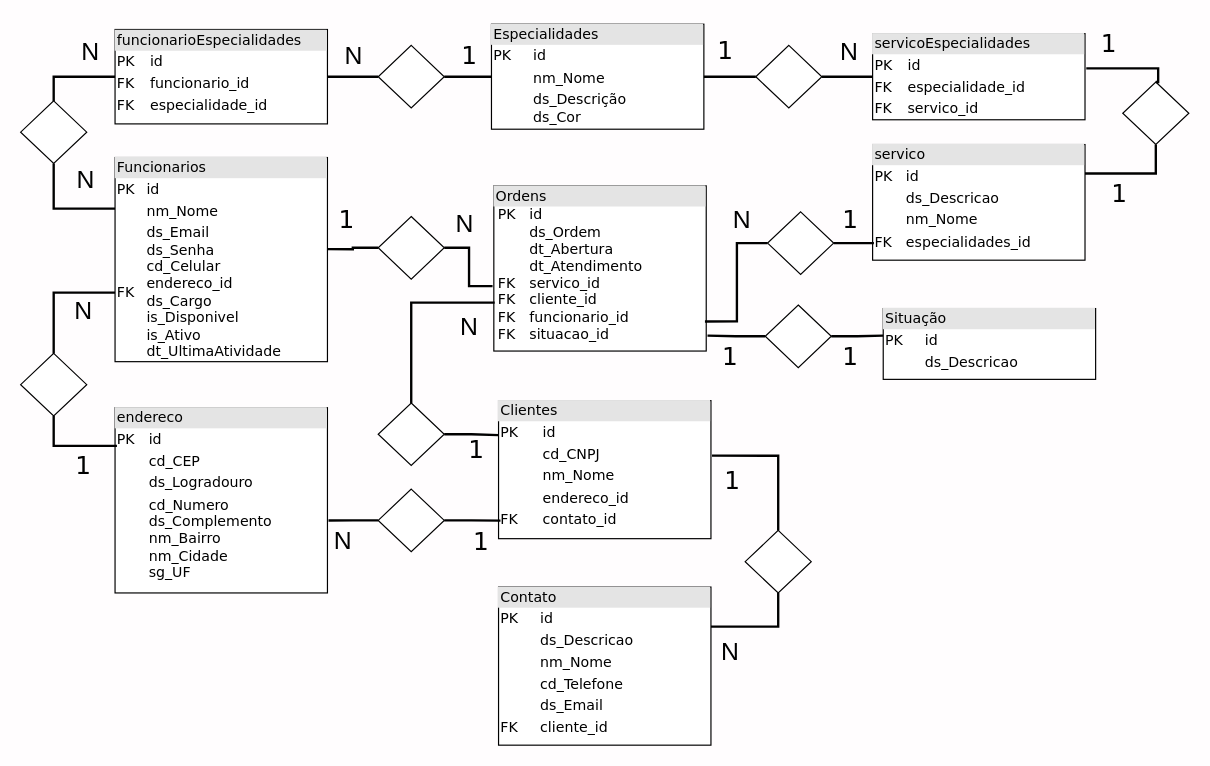
Before: Diagrama Entidades.drawio in S-I-G-O-S/planejamento, a draw.io diagram. Source tidied: cells renumbered, new cells numbered last; positions are measured from the earlier drawing's top-left corner, leaving out a move shared by most shapes. Both pictures are drawn from the tidied source at 118%, with x=0, y=0 at pixel (20, 20).
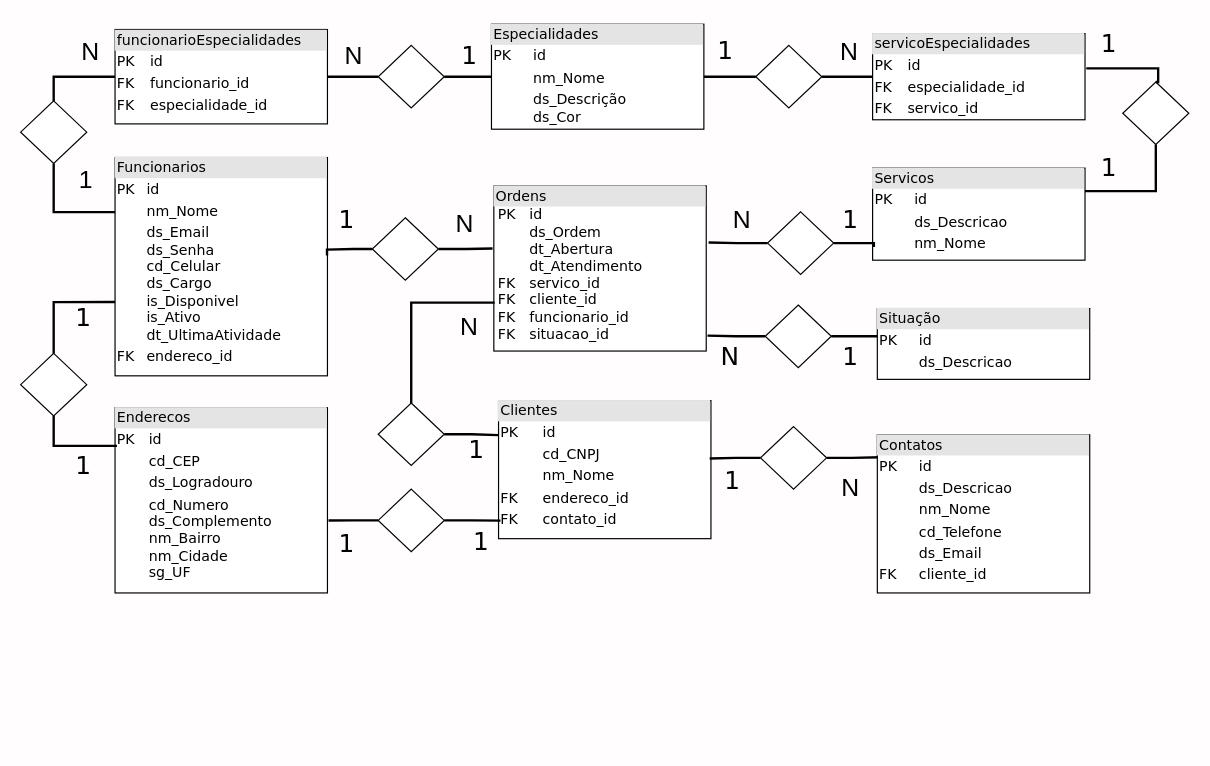
The same page after the edit.

Unchanged cells that the change refers to:
```xml
<mxCell id="11" value="&lt;div style=&quot;box-sizing:border-box;width:100%;background:#e4e4e4;padding:2px;&quot;&gt;Ordens&lt;/div&gt;&amp;nbsp;PK&lt;span style=&quot;white-space: pre;&quot;&gt;&#9;&lt;/span&gt;id&lt;div&gt;&lt;span style=&quot;background-color: initial; white-space-collapse: preserve;&quot;&gt;&#9;&lt;/span&gt;&lt;span style=&quot;background-color: initial;&quot;&gt;ds_Ordem&lt;/span&gt;&lt;br&gt;&lt;/div&gt;&lt;div&gt;&lt;span style=&quot;white-space: pre;&quot;&gt;&#9;&lt;/span&gt;dt_Abertura&lt;br&gt;&lt;/div&gt;&lt;div&gt;&lt;span style=&quot;white-space: pre;&quot;&gt;&#9;&lt;/span&gt;dt_Atendimento&lt;/div&gt;&lt;div&gt;&lt;div&gt;&amp;nbsp;FK&lt;span style=&quot;white-space-collapse: preserve;&quot;&gt;&#9;&lt;/span&gt;servico_id&lt;/div&gt;&lt;div&gt;&amp;nbsp;FK&lt;span style=&quot;white-space-collapse: preserve;&quot;&gt;&#9;&lt;/span&gt;cliente_id&lt;br&gt;&lt;/div&gt;&lt;div&gt;&amp;nbsp;FK&lt;span style=&quot;white-space-collapse: preserve;&quot;&gt;&#9;&lt;/span&gt;funcionario_id&lt;/div&gt;&lt;div&gt;&amp;nbsp;FK&lt;span style=&quot;white-space-collapse: preserve;&quot;&gt;&#9;&lt;/span&gt;situacao_id&lt;/div&gt;&lt;div&gt;&lt;br&gt;&lt;/div&gt;&lt;table style=&quot;width:100%;font-size:1em;&quot; cellpadding=&quot;2&quot; cellspacing=&quot;0&quot;&gt;&lt;tbody&gt;&lt;/tbody&gt;&lt;/table&gt;&lt;/div&gt;" style="verticalAlign=top;align=left;overflow=fill;html=1;rounded=0;shadow=0;comic=0;labelBackgroundColor=none;strokeWidth=1;fontFamily=Verdana;fontSize=12;" parent="1" vertex="1">
  <mxGeometry x="401" y="140" width="180" height="140" as="geometry" />
</mxCell>
<mxCell id="35" style="rhombus;whiteSpace=wrap;html=1;fontFamily=Architects Daughter;" parent="1" vertex="1">
  <mxGeometry x="633" y="162" width="56" height="53" as="geometry" />
</mxCell>
```

What changed in the source:
```diff
@@
-    <mxCell id="2" value="&lt;div style=&quot;box-sizing:border-box;width:100%;background:#e4e4e4;padding:2px;&quot;&gt;Funcionarios&lt;/div&gt;&lt;table style=&quot;width:100%;font-size:1em;&quot; cellpadding=&quot;2&quot; cellspacing=&quot;0&quot;&gt;&lt;tbody&gt;&lt;tr&gt;&lt;td&gt;PK&lt;/td&gt;&lt;td&gt;id&lt;br&gt;&lt;/td&gt;&lt;/tr&gt;&lt;tr&gt;&lt;td&gt;&lt;br&gt;&lt;/td&gt;&lt;td&gt;nm_Nome&lt;/td&gt;&lt;/tr&gt;&lt;tr&gt;&lt;td&gt;FK&lt;br&gt;&lt;br&gt;&lt;/td&gt;&lt;td&gt;ds_Email&lt;br&gt;ds_Senha&lt;br&gt;cd_Celular&lt;br&gt;endereco_id&lt;br&gt;ds_Cargo&lt;br&gt;is_Disponivel&lt;br&gt;is_Ativo&lt;br&gt;dt_UltimaAtividade&lt;br&gt;&lt;br&gt;&lt;/td&gt;&lt;/tr&gt;&lt;/tbody&gt;&lt;/table&gt;" style="verticalAlign=top;align=left;overflow=fill;html=1;rounded=0;shadow=0;comic=0;labelBackgroundColor=none;strokeWidth=1;fontFamily=Verdana;fontSize=12;" parent="1" vertex="1">
-      <mxGeometry x="80" y="116" width="180" height="173" as="geometry" />
+    <mxCell id="2" value="&lt;div style=&quot;box-sizing:border-box;width:100%;background:#e4e4e4;padding:2px;&quot;&gt;Funcionarios&lt;/div&gt;&lt;table style=&quot;width:100%;font-size:1em;&quot; cellpadding=&quot;2&quot; cellspacing=&quot;0&quot;&gt;&lt;tbody&gt;&lt;tr&gt;&lt;td&gt;PK&lt;/td&gt;&lt;td&gt;id&lt;br&gt;&lt;/td&gt;&lt;/tr&gt;&lt;tr&gt;&lt;td&gt;&lt;br&gt;&lt;/td&gt;&lt;td&gt;nm_Nome&lt;/td&gt;&lt;/tr&gt;&lt;tr&gt;&lt;td&gt;&lt;br&gt;&lt;br&gt;&lt;/td&gt;&lt;td&gt;ds_Email&lt;br&gt;ds_Senha&lt;br&gt;cd_Celular&lt;br&gt;ds_Cargo&lt;br&gt;is_Disponivel&lt;br&gt;is_Ativo&lt;br&gt;dt_UltimaAtividade&lt;br&gt;&lt;/td&gt;&lt;/tr&gt;&lt;tr&gt;&lt;td&gt;FK&lt;/td&gt;&lt;td&gt;endereco_id&lt;br&gt;&lt;/td&gt;&lt;/tr&gt;&lt;tr&gt;&lt;td&gt;&lt;br&gt;&lt;/td&gt;&lt;td&gt;&lt;br&gt;&lt;/td&gt;&lt;/tr&gt;&lt;/tbody&gt;&lt;/table&gt;" style="verticalAlign=top;align=left;overflow=fill;html=1;rounded=0;shadow=0;comic=0;labelBackgroundColor=none;strokeWidth=1;fontFamily=Verdana;fontSize=12;" parent="1" vertex="1">
+      <mxGeometry x="80" y="116" width="180" height="185" as="geometry" />
     </mxCell>
@@
-    <mxCell id="4" value="&lt;div style=&quot;box-sizing: border-box ; width: 100% ; background: #e4e4e4 ; padding: 2px&quot;&gt;Clientes&lt;/div&gt;&lt;table style=&quot;width: 100% ; font-size: 1em&quot; cellpadding=&quot;2&quot; cellspacing=&quot;0&quot;&gt;&lt;tbody&gt;&lt;tr&gt;&lt;td&gt;PK&lt;/td&gt;&lt;td&gt;id&lt;/td&gt;&lt;/tr&gt;&lt;tr&gt;&lt;td&gt;&lt;br&gt;&lt;/td&gt;&lt;td&gt;cd_CNPJ&lt;/td&gt;&lt;/tr&gt;&lt;tr&gt;&lt;td&gt;&lt;/td&gt;&lt;td&gt;nm_Nome&lt;/td&gt;&lt;/tr&gt;&lt;tr&gt;&lt;td&gt;&lt;br&gt;&lt;/td&gt;&lt;td&gt;endereco_id&lt;/td&gt;&lt;/tr&gt;&lt;tr&gt;&lt;td&gt;FK&lt;/td&gt;&lt;td&gt;contato_id&lt;/td&gt;&lt;/tr&gt;&lt;/tbody&gt;&lt;/table&gt;" style="verticalAlign=top;align=left;overflow=fill;html=1;rounded=0;shadow=0;comic=0;labelBackgroundColor=none;strokeWidth=1;fontFamily=Verdana;fontSize=12;" parent="1" vertex="1">
+    <mxCell id="4" value="&lt;div style=&quot;box-sizing: border-box ; width: 100% ; background: #e4e4e4 ; padding: 2px&quot;&gt;Clientes&lt;/div&gt;&lt;table style=&quot;width: 100% ; font-size: 1em&quot; cellpadding=&quot;2&quot; cellspacing=&quot;0&quot;&gt;&lt;tbody&gt;&lt;tr&gt;&lt;td&gt;PK&lt;/td&gt;&lt;td&gt;id&lt;/td&gt;&lt;/tr&gt;&lt;tr&gt;&lt;td&gt;&lt;br&gt;&lt;/td&gt;&lt;td&gt;cd_CNPJ&lt;/td&gt;&lt;/tr&gt;&lt;tr&gt;&lt;td&gt;&lt;/td&gt;&lt;td&gt;nm_Nome&lt;/td&gt;&lt;/tr&gt;&lt;tr&gt;&lt;td&gt;FK&lt;/td&gt;&lt;td&gt;endereco_id&lt;/td&gt;&lt;/tr&gt;&lt;tr&gt;&lt;td&gt;FK&lt;/td&gt;&lt;td&gt;contato_id&lt;/td&gt;&lt;/tr&gt;&lt;/tbody&gt;&lt;/table&gt;" style="verticalAlign=top;align=left;overflow=fill;html=1;rounded=0;shadow=0;comic=0;labelBackgroundColor=none;strokeWidth=1;fontFamily=Verdana;fontSize=12;" parent="1" vertex="1">
       <mxGeometry x="405" y="322" width="180" height="117" as="geometry" />
     </mxCell>
     <mxCell id="5" value="&lt;div style=&quot;box-sizing:border-box;width:100%;background:#e4e4e4;padding:2px;&quot;&gt;Situação&lt;/div&gt;&lt;table style=&quot;width:100%;font-size:1em;&quot; cellpadding=&quot;2&quot; cellspacing=&quot;0&quot;&gt;&lt;tbody&gt;&lt;tr&gt;&lt;td&gt;PK&lt;/td&gt;&lt;td&gt;id&lt;/td&gt;&lt;/tr&gt;&lt;tr&gt;&lt;td&gt;&lt;br&gt;&lt;/td&gt;&lt;td&gt;ds_Descricao&lt;/td&gt;&lt;/tr&gt;&lt;tr&gt;&lt;td&gt;&lt;/td&gt;&lt;td&gt;&lt;br&gt;&lt;/td&gt;&lt;/tr&gt;&lt;/tbody&gt;&lt;/table&gt;" style="verticalAlign=top;align=left;overflow=fill;html=1;rounded=0;shadow=0;comic=0;labelBackgroundColor=none;strokeWidth=1;fontFamily=Verdana;fontSize=12;" parent="1" vertex="1">
-      <mxGeometry x="731" y="244" width="180" height="60" as="geometry" />
+      <mxGeometry x="726" y="244" width="180" height="60" as="geometry" />
     </mxCell>
-    <mxCell id="6" value="&lt;div style=&quot;box-sizing:border-box;width:100%;background:#e4e4e4;padding:2px;&quot;&gt;servico&lt;/div&gt;&lt;table style=&quot;width:100%;font-size:1em;&quot; cellpadding=&quot;2&quot; cellspacing=&quot;0&quot;&gt;&lt;tbody&gt;&lt;tr&gt;&lt;td&gt;PK&lt;/td&gt;&lt;td&gt;id&lt;/td&gt;&lt;/tr&gt;&lt;tr&gt;&lt;td&gt;&lt;br&gt;&lt;/td&gt;&lt;td&gt;ds_Descricao&lt;/td&gt;&lt;/tr&gt;&lt;tr&gt;&lt;td&gt;&lt;br&gt;&lt;/td&gt;&lt;td&gt;nm_Nome&lt;/td&gt;&lt;/tr&gt;&lt;tr&gt;&lt;td&gt;FK&lt;/td&gt;&lt;td&gt;especialidades_id&lt;/td&gt;&lt;/tr&gt;&lt;tr&gt;&lt;td&gt;&lt;/td&gt;&lt;td&gt;&lt;br&gt;&lt;/td&gt;&lt;/tr&gt;&lt;/tbody&gt;&lt;/table&gt;" style="verticalAlign=top;align=left;overflow=fill;html=1;rounded=0;shadow=0;comic=0;labelBackgroundColor=none;strokeWidth=1;fontFamily=Verdana;fontSize=12;" parent="1" vertex="1">
-      <mxGeometry x="722" y="105" width="180" height="98" as="geometry" />
+    <mxCell id="6" value="&lt;div style=&quot;box-sizing:border-box;width:100%;background:#e4e4e4;padding:2px;&quot;&gt;Servicos&lt;/div&gt;&lt;table style=&quot;width:100%;font-size:1em;&quot; cellpadding=&quot;2&quot; cellspacing=&quot;0&quot;&gt;&lt;tbody&gt;&lt;tr&gt;&lt;td&gt;PK&lt;/td&gt;&lt;td&gt;id&lt;/td&gt;&lt;/tr&gt;&lt;tr&gt;&lt;td&gt;&lt;br&gt;&lt;/td&gt;&lt;td&gt;ds_Descricao&lt;/td&gt;&lt;/tr&gt;&lt;tr&gt;&lt;td&gt;&lt;br&gt;&lt;/td&gt;&lt;td&gt;nm_Nome&lt;/td&gt;&lt;/tr&gt;&lt;tr&gt;&lt;td&gt;&lt;/td&gt;&lt;td&gt;&lt;br&gt;&lt;/td&gt;&lt;/tr&gt;&lt;/tbody&gt;&lt;/table&gt;" style="verticalAlign=top;align=left;overflow=fill;html=1;rounded=0;shadow=0;comic=0;labelBackgroundColor=none;strokeWidth=1;fontFamily=Verdana;fontSize=12;" parent="1" vertex="1">
+      <mxGeometry x="722" y="125" width="180" height="78" as="geometry" />
     </mxCell>
@@
-    <mxCell id="10" value="&lt;div style=&quot;box-sizing:border-box;width:100%;background:#e4e4e4;padding:2px;&quot;&gt;endereco&lt;/div&gt;&lt;table style=&quot;width:100%;font-size:1em;&quot; cellpadding=&quot;2&quot; cellspacing=&quot;0&quot;&gt;&lt;tbody&gt;&lt;tr&gt;&lt;td&gt;PK&lt;/td&gt;&lt;td&gt;id&lt;/td&gt;&lt;/tr&gt;&lt;tr&gt;&lt;td&gt;&lt;br&gt;&lt;/td&gt;&lt;td&gt;cd_CEP&lt;/td&gt;&lt;/tr&gt;&lt;tr&gt;&lt;td&gt;&lt;br&gt;&lt;/td&gt;&lt;td&gt;ds_Logradouro&lt;/td&gt;&lt;/tr&gt;&lt;tr&gt;&lt;td&gt;&lt;br&gt;&lt;/td&gt;&lt;td&gt;cd_Numero&lt;br&gt;ds_Complemento&lt;br&gt;nm_Bairro&lt;br&gt;nm_Cidade&lt;br&gt;sg_UF&lt;/td&gt;&lt;/tr&gt;&lt;tr&gt;&lt;td&gt;&lt;/td&gt;&lt;td&gt;&lt;br&gt;&lt;/td&gt;&lt;/tr&gt;&lt;/tbody&gt;&lt;/table&gt;" style="verticalAlign=top;align=left;overflow=fill;html=1;rounded=0;shadow=0;comic=0;labelBackgroundColor=none;strokeWidth=1;fontFamily=Verdana;fontSize=12;" parent="1" vertex="1">
+    <mxCell id="10" value="&lt;div style=&quot;box-sizing:border-box;width:100%;background:#e4e4e4;padding:2px;&quot;&gt;Enderecos&lt;/div&gt;&lt;table style=&quot;width:100%;font-size:1em;&quot; cellpadding=&quot;2&quot; cellspacing=&quot;0&quot;&gt;&lt;tbody&gt;&lt;tr&gt;&lt;td&gt;PK&lt;/td&gt;&lt;td&gt;id&lt;/td&gt;&lt;/tr&gt;&lt;tr&gt;&lt;td&gt;&lt;br&gt;&lt;/td&gt;&lt;td&gt;cd_CEP&lt;/td&gt;&lt;/tr&gt;&lt;tr&gt;&lt;td&gt;&lt;br&gt;&lt;/td&gt;&lt;td&gt;ds_Logradouro&lt;/td&gt;&lt;/tr&gt;&lt;tr&gt;&lt;td&gt;&lt;br&gt;&lt;/td&gt;&lt;td&gt;cd_Numero&lt;br&gt;ds_Complemento&lt;br&gt;nm_Bairro&lt;br&gt;nm_Cidade&lt;br&gt;sg_UF&lt;/td&gt;&lt;/tr&gt;&lt;tr&gt;&lt;td&gt;&lt;/td&gt;&lt;td&gt;&lt;br&gt;&lt;/td&gt;&lt;/tr&gt;&lt;/tbody&gt;&lt;/table&gt;" style="verticalAlign=top;align=left;overflow=fill;html=1;rounded=0;shadow=0;comic=0;labelBackgroundColor=none;strokeWidth=1;fontFamily=Verdana;fontSize=12;" parent="1" vertex="1">
       <mxGeometry x="80" y="328" width="180" height="157" as="geometry" />
     </mxCell>
@@
-    <mxCell id="23" value="&lt;font face=&quot;Helvetica&quot; style=&quot;font-size: 21px;&quot;&gt;N&lt;/font&gt;" style="text;html=1;align=center;verticalAlign=middle;strokeColor=none;fillColor=none;fontSize=21;fontFamily=Architects Daughter;" parent="1" vertex="1">
-      <mxGeometry x="38" y="116" width="33" height="38" as="geometry" />
+    <mxCell id="23" value="&lt;font face=&quot;Helvetica&quot; style=&quot;font-size: 21px;&quot;&gt;1&lt;/font&gt;" style="text;html=1;align=center;verticalAlign=middle;strokeColor=none;fillColor=none;fontSize=21;fontFamily=Architects Daughter;" parent="1" vertex="1">
+      <mxGeometry x="40" y="116" width="30" height="38" as="geometry" />
     </mxCell>
@@
     <mxCell id="25" style="rhombus;whiteSpace=wrap;html=1;fontFamily=Architects Daughter;" parent="1" vertex="1">
-      <mxGeometry x="303" y="166" width="56" height="53" as="geometry" />
+      <mxGeometry x="298" y="167" width="56" height="53" as="geometry" />
     </mxCell>
@@
     <mxCell id="34" value="&lt;font face=&quot;Verdana&quot;&gt;1&lt;/font&gt;" style="text;html=1;align=center;verticalAlign=middle;strokeColor=none;fillColor=none;fontSize=21;fontFamily=Architects Daughter;" parent="1" vertex="1">
-      <mxGeometry x="915" y="127" width="31" height="39" as="geometry" />
+      <mxGeometry x="906" y="105" width="31" height="39" as="geometry" />
     </mxCell>
@@
-    <mxCell id="40" value="&lt;font face=&quot;Verdana&quot;&gt;1&lt;/font&gt;" style="text;html=1;align=center;verticalAlign=middle;strokeColor=none;fillColor=none;fontSize=21;fontFamily=Architects Daughter;" parent="1" vertex="1">
-      <mxGeometry x="585" y="265" width="31" height="39" as="geometry" />
+    <mxCell id="40" value="&lt;font face=&quot;Verdana&quot;&gt;N&lt;/font&gt;" style="text;html=1;align=center;verticalAlign=middle;strokeColor=none;fillColor=none;fontSize=21;fontFamily=Architects Daughter;" parent="1" vertex="1">
+      <mxGeometry x="584" y="265" width="34" height="39" as="geometry" />
     </mxCell>
@@
-    <mxCell id="42" style="edgeStyle=orthogonalEdgeStyle;shape=connector;rounded=0;jettySize=auto;html=1;exitX=0.5;exitY=1;exitDx=0;exitDy=0;entryX=1;entryY=0.25;entryDx=0;entryDy=0;strokeColor=default;strokeWidth=2;align=center;verticalAlign=middle;fontFamily=Architects Daughter;fontSize=16;fontColor=default;labelBackgroundColor=default;endArrow=none;endFill=0;flowAnimation=0;sourcePerimeterSpacing=8;targetPerimeterSpacing=8;" parent="1" edge="1" source="43" target="67">
+    <mxCell id="42" style="edgeStyle=orthogonalEdgeStyle;shape=connector;rounded=0;jettySize=auto;html=1;exitX=1;exitY=0.5;exitDx=0;exitDy=0;entryX=0.017;entryY=0.142;entryDx=0;entryDy=0;strokeColor=default;strokeWidth=2;align=center;verticalAlign=middle;fontFamily=Architects Daughter;fontSize=16;fontColor=default;labelBackgroundColor=default;endArrow=none;endFill=0;flowAnimation=0;sourcePerimeterSpacing=8;targetPerimeterSpacing=8;entryPerimeter=0;" parent="1" edge="1" source="43" target="67">
       <mxGeometry relative="1" as="geometry" />
     </mxCell>
     <mxCell id="43" style="rhombus;whiteSpace=wrap;html=1;fontFamily=Architects Daughter;" parent="1" vertex="1">
-      <mxGeometry x="614" y="432" width="56" height="53" as="geometry" />
+      <mxGeometry x="627" y="344" width="56" height="53" as="geometry" />
     </mxCell>
@@
-    <mxCell id="47" style="edgeStyle=orthogonalEdgeStyle;shape=connector;rounded=0;jettySize=auto;html=1;exitX=0.5;exitY=0;exitDx=0;exitDy=0;entryX=1.005;entryY=0.399;entryDx=0;entryDy=0;entryPerimeter=0;strokeColor=default;strokeWidth=2;align=center;verticalAlign=middle;fontFamily=Architects Daughter;fontSize=16;fontColor=default;labelBackgroundColor=default;endArrow=none;endFill=0;flowAnimation=0;sourcePerimeterSpacing=8;targetPerimeterSpacing=8;" parent="1" edge="1" source="43" target="4">
+    <mxCell id="47" style="edgeStyle=orthogonalEdgeStyle;shape=connector;rounded=0;jettySize=auto;html=1;exitX=0;exitY=0.5;exitDx=0;exitDy=0;entryX=0.994;entryY=0.419;entryDx=0;entryDy=0;entryPerimeter=0;strokeColor=default;strokeWidth=2;align=center;verticalAlign=middle;fontFamily=Architects Daughter;fontSize=16;fontColor=default;labelBackgroundColor=default;endArrow=none;endFill=0;flowAnimation=0;sourcePerimeterSpacing=8;targetPerimeterSpacing=8;" parent="1" edge="1" source="43" target="4">
       <mxGeometry relative="1" as="geometry" />
     </mxCell>
@@
     <mxCell id="55" style="edgeStyle=orthogonalEdgeStyle;shape=connector;rounded=0;jettySize=auto;html=1;exitX=0;exitY=0.5;exitDx=0;exitDy=0;strokeColor=default;strokeWidth=2;align=center;verticalAlign=middle;fontFamily=Architects Daughter;fontSize=16;fontColor=default;labelBackgroundColor=default;endArrow=none;endFill=0;flowAnimation=0;sourcePerimeterSpacing=8;targetPerimeterSpacing=8;entryX=0.998;entryY=0.449;entryDx=0;entryDy=0;entryPerimeter=0;" parent="1" edge="1" source="25" target="2">
-      <mxGeometry relative="1" as="geometry" />
+      <mxGeometry relative="1" as="geometry">
+        <Array as="points">
+          <mxPoint x="282" y="193" />
+          <mxPoint x="282" y="194" />
+        </Array>
+      </mxGeometry>
     </mxCell>
-    <mxCell id="56" style="edgeStyle=orthogonalEdgeStyle;shape=connector;rounded=0;jettySize=auto;html=1;exitX=1;exitY=0.5;exitDx=0;exitDy=0;entryX=-0.006;entryY=0.607;entryDx=0;entryDy=0;entryPerimeter=0;strokeColor=default;strokeWidth=2;align=center;verticalAlign=middle;fontFamily=Architects Daughter;fontSize=16;fontColor=default;labelBackgroundColor=default;endArrow=none;endFill=0;flowAnimation=0;sourcePerimeterSpacing=8;targetPerimeterSpacing=8;" parent="1" edge="1" source="25" target="11">
+    <mxCell id="56" style="edgeStyle=orthogonalEdgeStyle;shape=connector;rounded=0;jettySize=auto;html=1;exitX=1;exitY=0.5;exitDx=0;exitDy=0;entryX=-0.006;entryY=0.379;entryDx=0;entryDy=0;entryPerimeter=0;strokeColor=default;strokeWidth=2;align=center;verticalAlign=middle;fontFamily=Architects Daughter;fontSize=16;fontColor=default;labelBackgroundColor=default;endArrow=none;endFill=0;flowAnimation=0;sourcePerimeterSpacing=8;targetPerimeterSpacing=8;" parent="1" edge="1" source="25" target="11">
       <mxGeometry relative="1" as="geometry" />
     </mxCell>
@@
-    <mxCell id="58" style="edgeStyle=orthogonalEdgeStyle;shape=connector;rounded=0;jettySize=auto;html=1;exitX=0;exitY=0.5;exitDx=0;exitDy=0;entryX=0.994;entryY=0.821;entryDx=0;entryDy=0;entryPerimeter=0;strokeColor=default;strokeWidth=2;align=center;verticalAlign=middle;fontFamily=Architects Daughter;fontSize=16;fontColor=default;labelBackgroundColor=default;endArrow=none;endFill=0;flowAnimation=0;sourcePerimeterSpacing=8;targetPerimeterSpacing=8;" parent="1" edge="1" source="35" target="11">
-      <mxGeometry relative="1" as="geometry" />
+    <mxCell id="58" style="edgeStyle=orthogonalEdgeStyle;shape=connector;rounded=0;jettySize=auto;html=1;exitX=0;exitY=0.5;exitDx=0;exitDy=0;entryX=1.011;entryY=0.343;entryDx=0;entryDy=0;strokeColor=default;strokeWidth=2;align=center;verticalAlign=middle;fontFamily=Architects Daughter;fontSize=16;fontColor=default;labelBackgroundColor=default;endArrow=none;endFill=0;flowAnimation=0;sourcePerimeterSpacing=8;targetPerimeterSpacing=8;entryPerimeter=0;" parent="1" edge="1" source="35" target="11">
+      <mxGeometry relative="1" as="geometry">
+        <Array as="points">
+          <mxPoint x="607" y="188" />
+        </Array>
+      </mxGeometry>
     </mxCell>
@@
     <mxCell id="60" value="&lt;font face=&quot;Helvetica&quot; style=&quot;font-size: 21px;&quot;&gt;N&lt;/font&gt;" style="text;html=1;align=center;verticalAlign=middle;strokeColor=none;fillColor=none;fontSize=21;fontFamily=Architects Daughter;" parent="1" vertex="1">
-      <mxGeometry x="584" y="516" width="33" height="38" as="geometry" />
+      <mxGeometry x="686" y="377" width="33" height="38" as="geometry" />
     </mxCell>
-    <mxCell id="61" value="&lt;font face=&quot;Helvetica&quot; style=&quot;font-size: 21px;&quot;&gt;N&lt;/font&gt;" style="text;html=1;align=center;verticalAlign=middle;strokeColor=none;fillColor=none;fontSize=21;fontFamily=Architects Daughter;" parent="1" vertex="1">
-      <mxGeometry x="256" y="422" width="33" height="38" as="geometry" />
-    </mxCell>
@@
-    <mxCell id="65" value="&lt;font face=&quot;Helvetica&quot; style=&quot;font-size: 21px;&quot;&gt;N&lt;/font&gt;" style="text;html=1;align=center;verticalAlign=middle;strokeColor=none;fillColor=none;fontSize=21;fontFamily=Architects Daughter;" parent="1" vertex="1">
-      <mxGeometry x="36" y="227" width="33" height="38" as="geometry" />
-    </mxCell>
@@
-    <mxCell id="67" value="&lt;div style=&quot;box-sizing: border-box ; width: 100% ; background: #e4e4e4 ; padding: 2px&quot;&gt;Contato&lt;/div&gt;&lt;table style=&quot;width: 100% ; font-size: 1em&quot; cellpadding=&quot;2&quot; cellspacing=&quot;0&quot;&gt;&lt;tbody&gt;&lt;tr&gt;&lt;td&gt;PK&lt;/td&gt;&lt;td&gt;id&lt;/td&gt;&lt;/tr&gt;&lt;tr&gt;&lt;td&gt;&lt;br&gt;&lt;/td&gt;&lt;td&gt;ds_Descricao&lt;/td&gt;&lt;/tr&gt;&lt;tr&gt;&lt;td&gt;&lt;br&gt;&lt;/td&gt;&lt;td&gt;nm_Nome&lt;/td&gt;&lt;/tr&gt;&lt;tr&gt;&lt;td&gt;&lt;br&gt;&lt;/td&gt;&lt;td&gt;cd_Telefone&lt;br&gt;&lt;/td&gt;&lt;/tr&gt;&lt;tr&gt;&lt;td&gt;&lt;br&gt;&lt;/td&gt;&lt;td&gt;ds_Email&lt;/td&gt;&lt;/tr&gt;&lt;tr&gt;&lt;td&gt;FK&lt;/td&gt;&lt;td&gt;cliente_id&lt;/td&gt;&lt;/tr&gt;&lt;/tbody&gt;&lt;/table&gt;" style="verticalAlign=top;align=left;overflow=fill;html=1;rounded=0;shadow=0;comic=0;labelBackgroundColor=none;strokeWidth=1;fontFamily=Verdana;fontSize=12;" parent="1" vertex="1">
-      <mxGeometry x="405" y="480" width="180" height="134" as="geometry" />
+    <mxCell id="67" value="&lt;div style=&quot;box-sizing: border-box ; width: 100% ; background: #e4e4e4 ; padding: 2px&quot;&gt;Contatos&lt;/div&gt;&lt;table style=&quot;width: 100% ; font-size: 1em&quot; cellpadding=&quot;2&quot; cellspacing=&quot;0&quot;&gt;&lt;tbody&gt;&lt;tr&gt;&lt;td&gt;PK&lt;/td&gt;&lt;td&gt;id&lt;/td&gt;&lt;/tr&gt;&lt;tr&gt;&lt;td&gt;&lt;br&gt;&lt;/td&gt;&lt;td&gt;ds_Descricao&lt;/td&gt;&lt;/tr&gt;&lt;tr&gt;&lt;td&gt;&lt;br&gt;&lt;/td&gt;&lt;td&gt;nm_Nome&lt;/td&gt;&lt;/tr&gt;&lt;tr&gt;&lt;td&gt;&lt;br&gt;&lt;/td&gt;&lt;td&gt;cd_Telefone&lt;br&gt;&lt;/td&gt;&lt;/tr&gt;&lt;tr&gt;&lt;td&gt;&lt;br&gt;&lt;/td&gt;&lt;td&gt;ds_Email&lt;/td&gt;&lt;/tr&gt;&lt;tr&gt;&lt;td&gt;FK&lt;/td&gt;&lt;td&gt;cliente_id&lt;/td&gt;&lt;/tr&gt;&lt;/tbody&gt;&lt;/table&gt;" style="verticalAlign=top;align=left;overflow=fill;html=1;rounded=0;shadow=0;comic=0;labelBackgroundColor=none;strokeWidth=1;fontFamily=Verdana;fontSize=12;" parent="1" vertex="1">
+      <mxGeometry x="726" y="351" width="180" height="134" as="geometry" />
     </mxCell>
+    <mxCell id="68" value="&lt;span style=&quot;font-family: Verdana;&quot;&gt;1&lt;/span&gt;" style="text;html=1;align=center;verticalAlign=middle;strokeColor=none;fillColor=none;fontSize=21;fontFamily=Architects Daughter;" parent="1" vertex="1">
+      <mxGeometry x="260" y="424" width="31" height="39" as="geometry" />
+    </mxCell>
+    <mxCell id="69" value="&lt;span style=&quot;font-family: Verdana;&quot;&gt;1&lt;/span&gt;" style="text;html=1;align=center;verticalAlign=middle;strokeColor=none;fillColor=none;fontSize=21;fontFamily=Architects Daughter;" parent="1" vertex="1">
+      <mxGeometry x="37" y="232" width="31" height="39" as="geometry" />
+    </mxCell>
```
